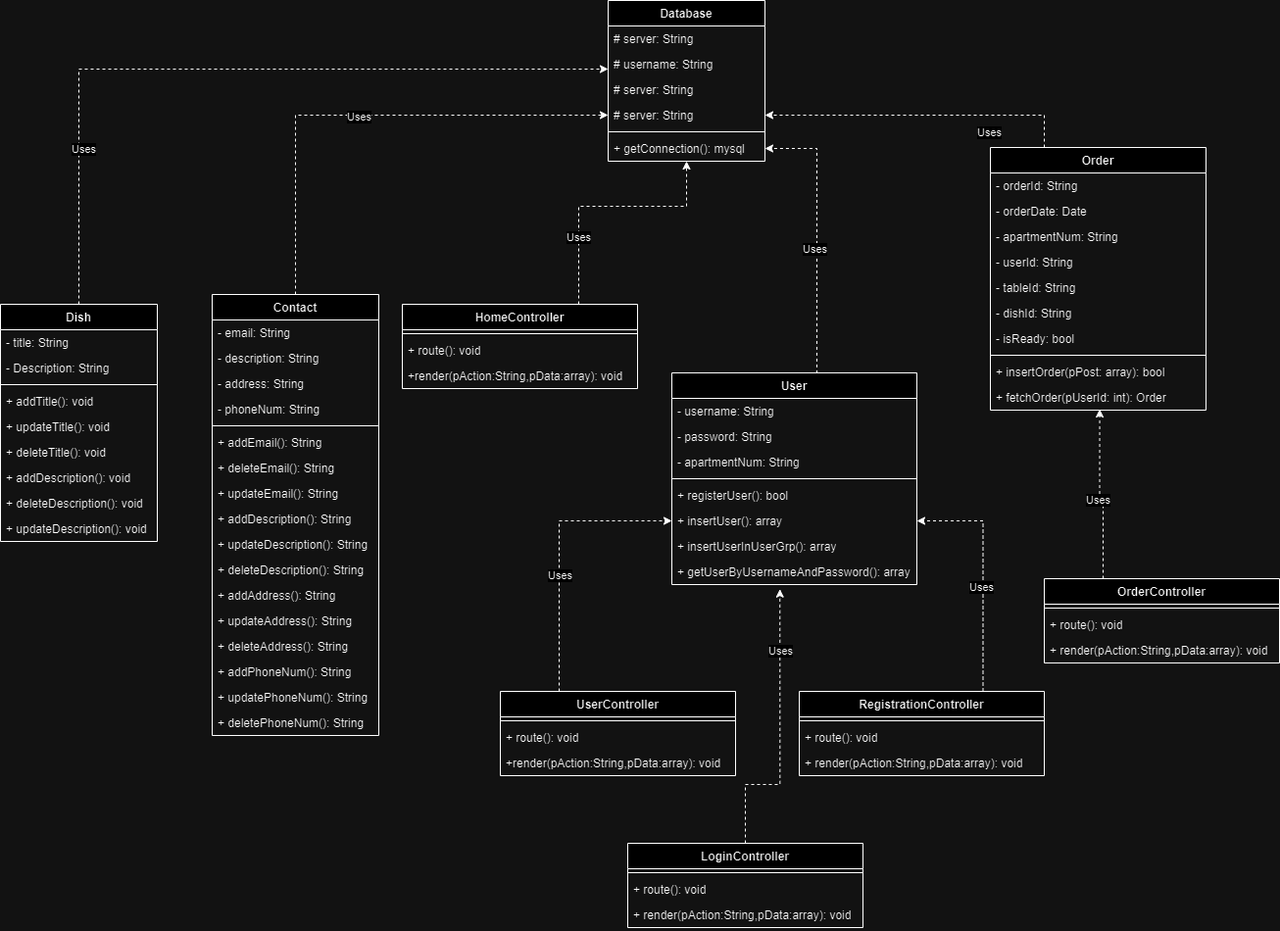
Before: Documents/UML_Lumia.drawio.png, a diagram exported from draw.io (ZYMNZ/SystemDevProject). Source tidied: cells renumbered, new cells last; positions are measured from the earlier drawing's top-left corner, leaving out a move shared by most shapes.
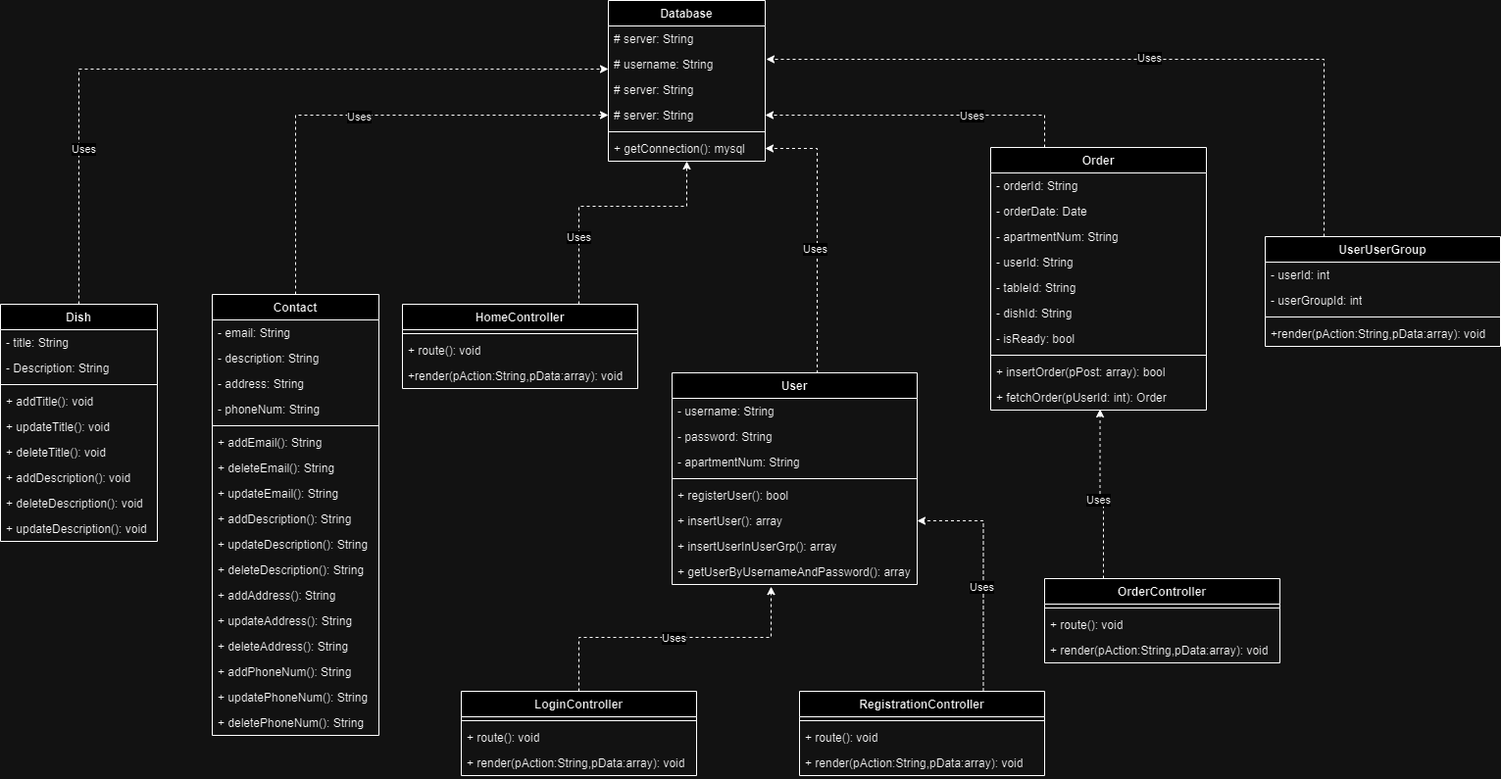
The same file after the commit.

Diff of the diagram source:
```diff
@@ -65,25 +65,34 @@
     <mxCell id="22" value="+ getConnection(): mysql" style="text;strokeColor=none;fillColor=none;align=left;verticalAlign=top;spacingLeft=4;spacingRight=4;overflow=hidden;points=[[0,0.5],[1,0.5]];portConstraint=eastwest;whiteSpace=wrap;html=1;" parent="16" vertex="1">
       <mxGeometry y="138" width="160" height="26" as="geometry" />
     </mxCell>
-    <mxCell id="23" style="edgeStyle=orthogonalEdgeStyle;rounded=0;jettySize=auto;html=1;entryX=0;entryY=0.5;entryDx=0;entryDy=0;dashed=1;exitX=0.25;exitY=0;exitDx=0;exitDy=0;" parent="1" edge="1" source="25" target="53">
-      <mxGeometry relative="1" as="geometry" />
+    <mxCell id="23" style="edgeStyle=orthogonalEdgeStyle;rounded=0;jettySize=auto;html=1;dashed=1;exitX=0.25;exitY=0;exitDx=0;exitDy=0;" parent="1" edge="1" source="25">
+      <mxGeometry relative="1" as="geometry">
+        <mxPoint x="780" y="60" as="targetPoint" />
+        <Array as="points">
+          <mxPoint x="1350" y="60" />
+          <mxPoint x="781" y="60" />
+        </Array>
+      </mxGeometry>
     </mxCell>
     <mxCell id="24" value="Uses" style="edgeLabel;html=1;align=center;verticalAlign=middle;" parent="23" vertex="1">
       <mxGeometry x="-0.02" y="-1" relative="1" as="geometry">
-        <mxPoint x="-1" y="23" as="offset" />
+        <mxPoint x="8" y="-1" as="offset" />
       </mxGeometry>
     </mxCell>
-    <mxCell id="25" value="UserController" style="swimlane;fontStyle=1;align=center;verticalAlign=top;horizontal=1;startSize=26;whiteSpace=wrap;html=1;" parent="1" vertex="1">
-      <mxGeometry x="510" y="705" width="240" height="86" as="geometry" />
+    <mxCell id="25" value="UserUserGroup" style="swimlane;fontStyle=1;align=center;verticalAlign=top;horizontal=1;startSize=26;whiteSpace=wrap;html=1;" parent="1" vertex="1">
+      <mxGeometry x="1290" y="241" width="240" height="112" as="geometry" />
     </mxCell>
+    <mxCell id="27" value="- userId: int" style="text;strokeColor=none;fillColor=none;align=left;verticalAlign=top;spacingLeft=4;spacingRight=4;overflow=hidden;whiteSpace=wrap;html=1;" parent="25" vertex="1">
+      <mxGeometry y="26" width="240" height="26" as="geometry" />
+    </mxCell>
+    <mxCell id="95" value="- userGroupId: int" style="text;strokeColor=none;fillColor=none;align=left;verticalAlign=top;spacingLeft=4;spacingRight=4;overflow=hidden;whiteSpace=wrap;html=1;" parent="25" vertex="1">
+      <mxGeometry y="52" width="240" height="26" as="geometry" />
+    </mxCell>
     <mxCell id="26" style="line;strokeWidth=1;fillColor=none;align=left;verticalAlign=middle;spacingTop=-1;spacingLeft=3;spacingRight=3;labelPosition=right;strokeColor=inherit;" parent="25" vertex="1">
-      <mxGeometry y="26" width="240" height="8" as="geometry" />
+      <mxGeometry y="78" width="240" height="8" as="geometry" />
     </mxCell>
-    <mxCell id="27" value="+ route(): void" style="text;strokeColor=none;fillColor=none;align=left;verticalAlign=top;spacingLeft=4;spacingRight=4;overflow=hidden;whiteSpace=wrap;html=1;" parent="25" vertex="1">
-      <mxGeometry y="34" width="240" height="26" as="geometry" />
-    </mxCell>
     <mxCell id="28" value="+render(pAction:String,pData:array): void" style="text;strokeColor=none;fillColor=none;align=left;verticalAlign=top;spacingLeft=4;spacingRight=4;overflow=hidden;whiteSpace=wrap;html=1;" parent="25" vertex="1">
-      <mxGeometry y="60" width="240" height="26" as="geometry" />
+      <mxGeometry y="86" width="240" height="26" as="geometry" />
     </mxCell>
     <mxCell id="29" value="Contact" style="swimlane;fontStyle=1;align=center;verticalAlign=top;horizontal=1;startSize=26;whiteSpace=wrap;html=1;" parent="1" vertex="1">
       <mxGeometry x="216" y="300" width="170" height="450" as="geometry" />
@@ -167,7 +176,7 @@
       <mxGeometry y="190" width="250" height="26" as="geometry" />
     </mxCell>
     <mxCell id="56" value="LoginController" style="swimlane;fontStyle=1;align=center;verticalAlign=top;horizontal=1;startSize=26;whiteSpace=wrap;html=1;" parent="1" vertex="1">
-      <mxGeometry x="640" y="860" width="240" height="86" as="geometry" />
+      <mxGeometry x="470" y="705" width="240" height="86" as="geometry" />
     </mxCell>
     <mxCell id="57" style="line;strokeWidth=1;fillColor=none;align=left;verticalAlign=middle;spacingTop=-1;spacingLeft=3;spacingRight=3;labelPosition=right;strokeColor=inherit;" parent="56" vertex="1">
       <mxGeometry y="26" width="240" height="8" as="geometry" />
@@ -183,7 +192,7 @@
     </mxCell>
     <mxCell id="61" value="Uses" style="edgeLabel;html=1;align=center;verticalAlign=middle;" parent="60" vertex="1">
       <mxGeometry x="-0.43" y="5" relative="1" as="geometry">
-        <mxPoint y="12" as="offset" />
+        <mxPoint x="-18" y="-5" as="offset" />
       </mxGeometry>
     </mxCell>
     <mxCell id="62" value="Order" style="swimlane;fontStyle=1;align=center;verticalAlign=top;horizontal=1;startSize=26;whiteSpace=wrap;html=1;" parent="1" vertex="1">
@@ -306,17 +315,18 @@
         <mxPoint x="-2" y="3" as="offset" />
       </mxGeometry>
     </mxCell>
-    <mxCell id="93" style="edgeStyle=orthogonalEdgeStyle;rounded=0;jettySize=auto;html=1;entryX=0.441;entryY=1.181;entryDx=0;entryDy=0;dashed=1;exitX=0.5;exitY=0;exitDx=0;exitDy=0;entryPerimeter=0;" parent="1" edge="1" source="56" target="55">
+    <mxCell id="93" style="edgeStyle=orthogonalEdgeStyle;rounded=0;jettySize=auto;html=1;entryX=0.405;entryY=1.08;entryDx=0;entryDy=0;dashed=1;exitX=0.5;exitY=0;exitDx=0;exitDy=0;entryPerimeter=0;" parent="1" edge="1" source="56" target="55">
       <mxGeometry relative="1" as="geometry">
         <Array as="points">
-          <mxPoint x="760" y="800" />
-          <mxPoint x="795" y="800" />
+          <mxPoint x="590" y="650" />
+          <mxPoint x="786" y="650" />
+          <mxPoint x="786" y="598" />
         </Array>
       </mxGeometry>
     </mxCell>
     <mxCell id="94" value="Uses" style="edgeLabel;html=1;align=center;verticalAlign=middle;" parent="93" vertex="1">
       <mxGeometry x="-0.02" y="-1" relative="1" as="geometry">
-        <mxPoint x="-1" y="-87" as="offset" />
+        <mxPoint x="3" y="-1" as="offset" />
       </mxGeometry>
     </mxCell>
   </root>
```
